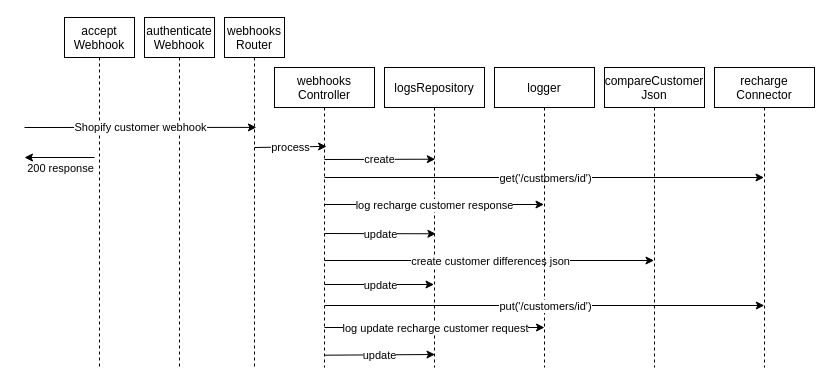
Earlier version of the draw.io diagram RechargeCustomerSync/WebhookProcessorFlow.drawio (alexrsunrise/diagrams). Source tidied: cells renumbered, new cells numbered last; positions are measured from the earlier drawing's top-left corner, leaving out a move shared by most shapes. Both pictures are drawn from the tidied source at 100%, with x=0, y=0 at pixel (24, 17).
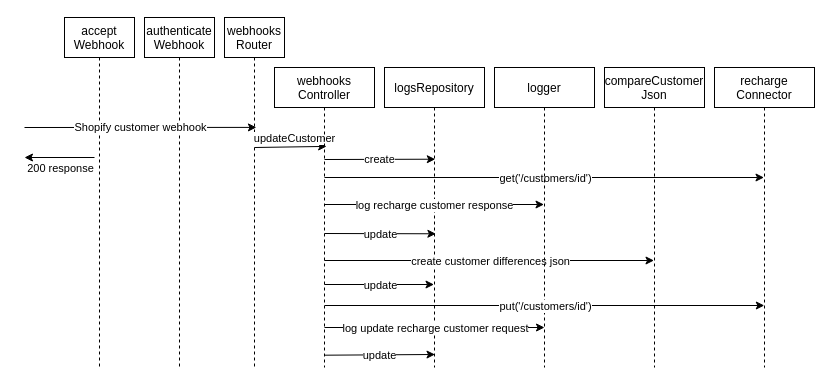
After the change.

Unchanged cells that the change refers to:
```xml
<mxCell id="7" style="endArrow=classic;html=1;rounded=0;entryX=0.521;entryY=0.263;entryDx=0;entryDy=0;entryPerimeter=0;" parent="6" edge="1" target="9">
  <mxGeometry relative="1" as="geometry">
    <mxPoint x="30" y="130" as="sourcePoint" />
  </mxGeometry>
</mxCell>
```

What changed in the source:
```diff
@@
-    <mxCell id="8" value="process" style="edgeLabel;html=1;align=center;verticalAlign=middle;" parent="7" vertex="1">
-      <mxGeometry relative="1" as="geometry" />
+    <mxCell id="8" value="updateCustomer" style="edgeLabel;html=1;align=center;verticalAlign=middle;" parent="7" vertex="1">
+      <mxGeometry relative="1" as="geometry">
+        <mxPoint x="4" y="-9" as="offset" />
+      </mxGeometry>
     </mxCell>
```
